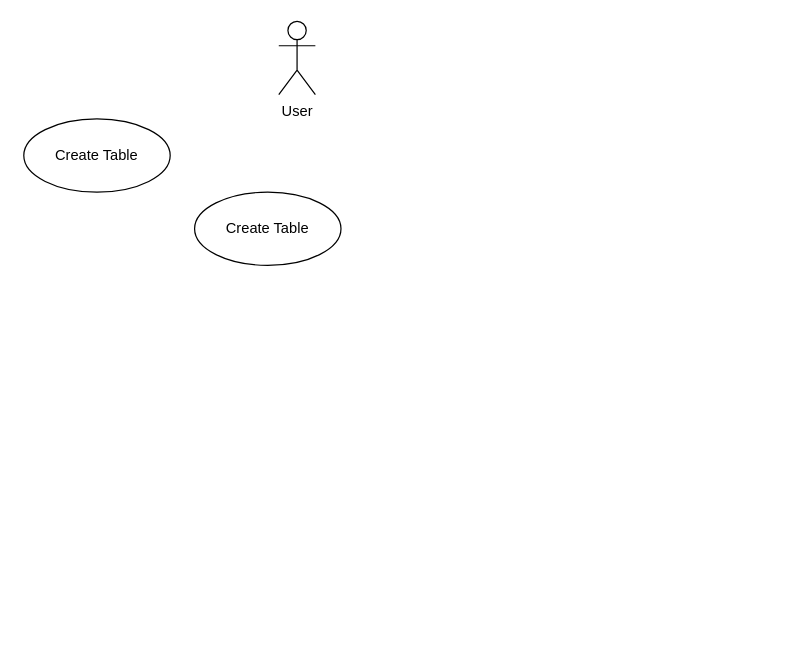
This is UseCaseDiagram.drawio from pashokred/mini_spreadsheet, a draw.io file, before an edit. Source tidied: cells renumbered, new cells numbered last; positions are measured from the earlier drawing's top-left corner, leaving out a move shared by most shapes. Both pictures are drawn from the tidied source at 122%, with x=0, y=0 at pixel (23, 21).
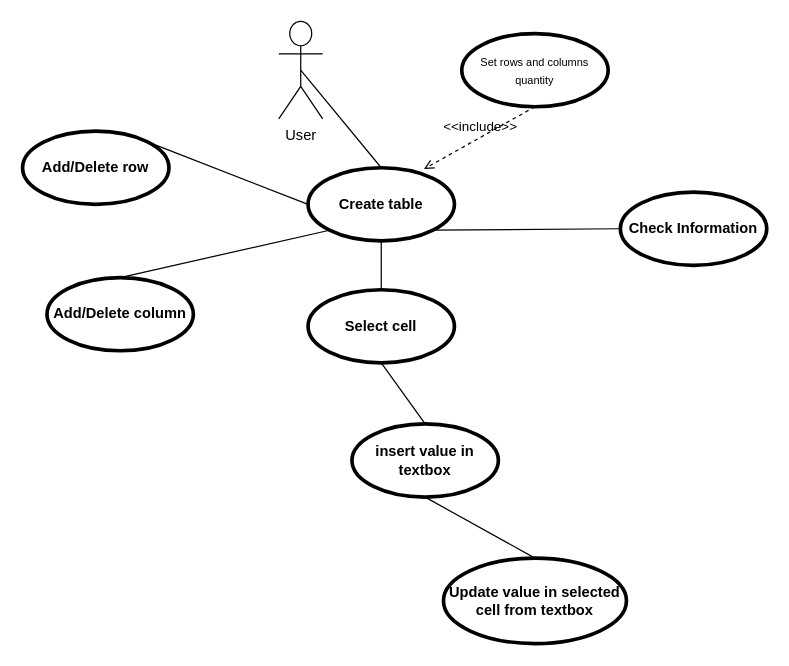
The same page after the edit.

The edit, as a diff of the source:
```diff
@@
 <mxGraphModel>
   <root>
     <mxCell id="0" />
     <mxCell id="1" parent="0" />
+    <mxCell id="5" value="&amp;lt;&amp;lt;include&amp;gt;&amp;gt;" style="edgeStyle=none;html=1;endArrow=open;verticalAlign=bottom;dashed=1;labelBackgroundColor=none;entryX=0.792;entryY=0.017;entryDx=0;entryDy=0;exitX=0.5;exitY=1;exitDx=0;exitDy=0;entryPerimeter=0;" parent="1" edge="1" source="8" target="7">
+      <mxGeometry relative="1" as="geometry" />
+    </mxCell>
+    <mxCell id="6" style="edgeStyle=none;html=1;endArrow=none;verticalAlign=bottom;entryX=0.5;entryY=0.5;entryDx=0;entryDy=0;entryPerimeter=0;exitX=0.5;exitY=0;exitDx=0;exitDy=0;" parent="1" edge="1" source="7" target="2">
+      <mxGeometry relative="1" as="geometry" />
+    </mxCell>
+    <mxCell id="7" value="Create table" style="shape=ellipse;html=1;strokeWidth=3;fontStyle=1;whiteSpace=wrap;align=center;perimeter=ellipsePerimeter;" parent="1" vertex="1">
+      <mxGeometry x="233" y="120" width="120" height="60" as="geometry" />
+    </mxCell>
+    <mxCell id="8" value="&lt;span style=&quot;font-size: 9px ; font-weight: 400&quot;&gt;Set rows and columns quantity&lt;/span&gt;" style="shape=ellipse;html=1;strokeWidth=3;fontStyle=1;whiteSpace=wrap;align=center;perimeter=ellipsePerimeter;" parent="1" vertex="1">
+      <mxGeometry x="359" y="10" width="120" height="60" as="geometry" />
+    </mxCell>
+    <mxCell id="9" value="Add/Delete row" style="shape=ellipse;html=1;strokeWidth=3;fontStyle=1;whiteSpace=wrap;align=center;perimeter=ellipsePerimeter;" parent="1" vertex="1">
+      <mxGeometry x="-1" y="90" width="120" height="60" as="geometry" />
+    </mxCell>
+    <mxCell id="10" value="Add/Delete column" style="shape=ellipse;html=1;strokeWidth=3;fontStyle=1;whiteSpace=wrap;align=center;perimeter=ellipsePerimeter;" parent="1" vertex="1">
+      <mxGeometry x="19" y="210" width="120" height="60" as="geometry" />
+    </mxCell>
+    <mxCell id="11" style="edgeStyle=none;html=1;endArrow=none;verticalAlign=bottom;exitX=0;exitY=0.5;exitDx=0;exitDy=0;entryX=1;entryY=0;entryDx=0;entryDy=0;" parent="1" edge="1" source="7" target="9">
+      <mxGeometry relative="1" as="geometry" />
+    </mxCell>
+    <mxCell id="12" style="edgeStyle=none;html=1;endArrow=none;verticalAlign=bottom;exitX=0;exitY=1;exitDx=0;exitDy=0;entryX=0.5;entryY=0;entryDx=0;entryDy=0;" parent="1" edge="1" source="7" target="10">
+      <mxGeometry relative="1" as="geometry" />
+    </mxCell>
+    <mxCell id="13" value="Select cell" style="shape=ellipse;html=1;strokeWidth=3;fontStyle=1;whiteSpace=wrap;align=center;perimeter=ellipsePerimeter;" parent="1" vertex="1">
+      <mxGeometry x="233" y="220" width="120" height="60" as="geometry" />
+    </mxCell>
+    <mxCell id="14" style="edgeStyle=none;html=1;endArrow=none;verticalAlign=bottom;exitX=0.5;exitY=1;exitDx=0;exitDy=0;entryX=0.5;entryY=0;entryDx=0;entryDy=0;" parent="1" edge="1" source="7" target="13">
+      <mxGeometry relative="1" as="geometry" />
+    </mxCell>
+    <mxCell id="15" value="insert value in textbox" style="shape=ellipse;html=1;strokeWidth=3;fontStyle=1;whiteSpace=wrap;align=center;perimeter=ellipsePerimeter;" parent="1" vertex="1">
+      <mxGeometry x="269" y="330" width="120" height="60" as="geometry" />
+    </mxCell>
+    <mxCell id="16" style="edgeStyle=none;html=1;endArrow=none;verticalAlign=bottom;exitX=0.5;exitY=1;exitDx=0;exitDy=0;entryX=0.5;entryY=0;entryDx=0;entryDy=0;" parent="1" edge="1" source="13" target="15">
+      <mxGeometry relative="1" as="geometry" />
+    </mxCell>
+    <mxCell id="17" value="Update value in selected cell from textbox" style="shape=ellipse;html=1;strokeWidth=3;fontStyle=1;whiteSpace=wrap;align=center;perimeter=ellipsePerimeter;" parent="1" vertex="1">
+      <mxGeometry x="344" y="440" width="150" height="70" as="geometry" />
+    </mxCell>
+    <mxCell id="18" style="edgeStyle=none;html=1;endArrow=none;verticalAlign=bottom;exitX=0.5;exitY=1;exitDx=0;exitDy=0;entryX=0.5;entryY=0;entryDx=0;entryDy=0;" parent="1" edge="1" source="15" target="17">
+      <mxGeometry relative="1" as="geometry" />
+    </mxCell>
+    <mxCell id="19" value="Check Information" style="shape=ellipse;html=1;strokeWidth=3;fontStyle=1;whiteSpace=wrap;align=center;perimeter=ellipsePerimeter;" parent="1" vertex="1">
+      <mxGeometry x="489" y="140" width="120" height="60" as="geometry" />
+    </mxCell>
+    <mxCell id="20" style="edgeStyle=none;html=1;endArrow=none;verticalAlign=bottom;exitX=1;exitY=1;exitDx=0;exitDy=0;entryX=0;entryY=0.5;entryDx=0;entryDy=0;" parent="1" edge="1" source="7" target="19">
+      <mxGeometry relative="1" as="geometry" />
+    </mxCell>
-    <mxCell id="2" value="User" style="shape=umlActor;verticalLabelPosition=bottom;verticalAlign=top;html=1;" parent="1" vertex="1">
-      <mxGeometry x="209" width="30" height="60" as="geometry" />
+    <mxCell id="2" value="User" style="shape=umlActor;html=1;verticalLabelPosition=bottom;verticalAlign=top;align=center;" parent="1" vertex="1">
+      <mxGeometry x="209" width="36" height="80" as="geometry" />
     </mxCell>
-    <mxCell id="3" value="Create Table" style="ellipse;whiteSpace=wrap;html=1;" parent="1" vertex="1">
-      <mxGeometry y="80" width="120" height="60" as="geometry" />
-    </mxCell>
-    <mxCell id="4" value="Create Table" style="ellipse;whiteSpace=wrap;html=1;" parent="1" vertex="1">
-      <mxGeometry x="140" y="140" width="120" height="60" as="geometry" />
-    </mxCell>
   </root>
 </mxGraphModel>
```
